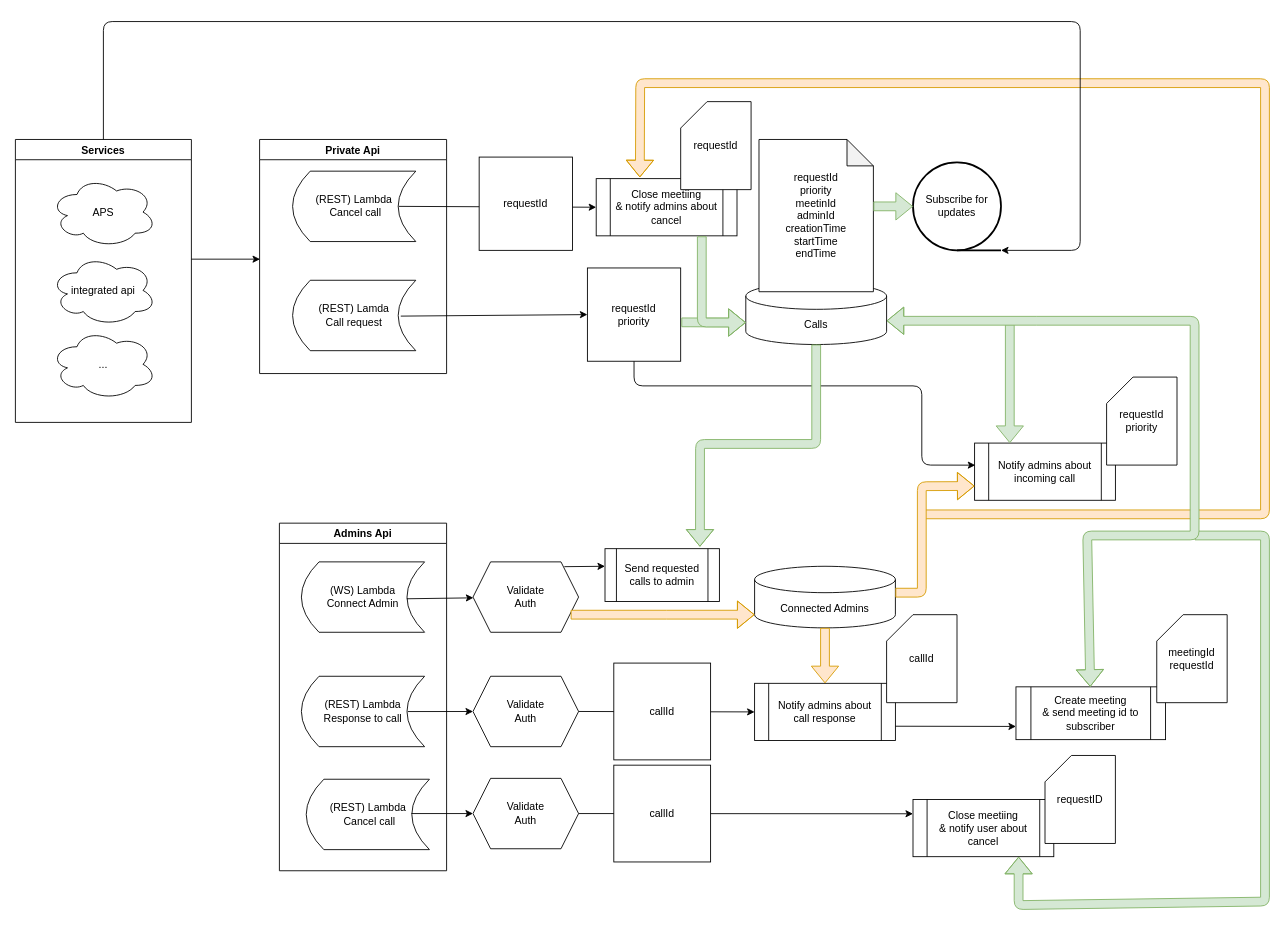
Earlier version of the draw.io diagram CallArchitecture.drawio (magistrser/drawio). Source tidied: cells renumbered, new cells numbered last; positions are measured from the earlier drawing's top-left corner, leaving out a move shared by most shapes. Both pictures are drawn from the tidied source at 88%, with x=0, y=0 at pixel (15, 21).
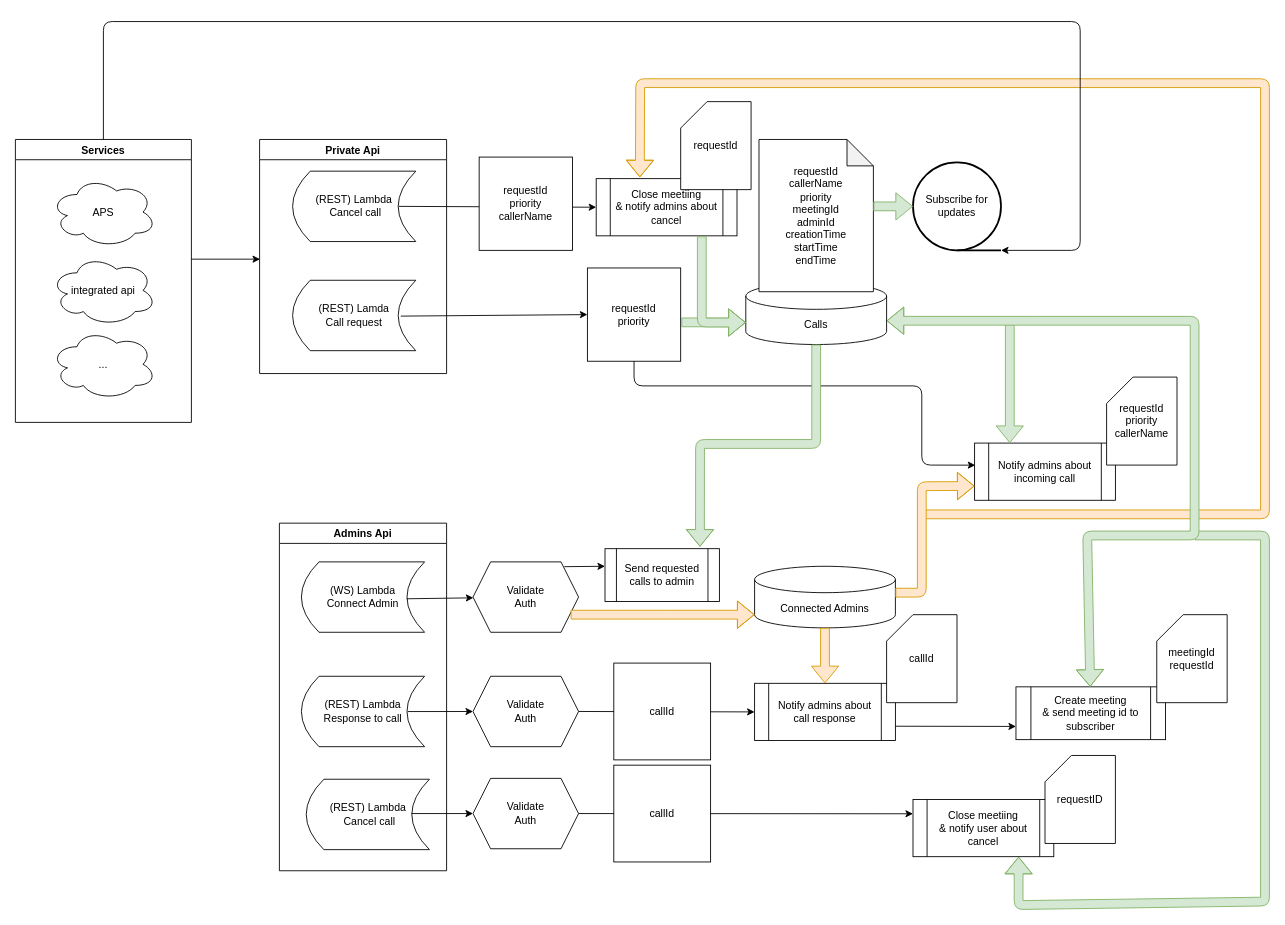
After the change.

Diff of the diagram source:
```diff
@@
-    <mxCell id="22" value="requestId&lt;br&gt;priority" style="shape=card;whiteSpace=wrap;html=1;fillColor=#ffffff;" parent="1" vertex="1">
+    <mxCell id="22" value="requestId&lt;br&gt;priority&lt;br&gt;callerName" style="shape=card;whiteSpace=wrap;html=1;fillColor=#ffffff;" parent="1" vertex="1">
       <mxGeometry x="1240" y="404" width="80" height="100" as="geometry" />
     </mxCell>
@@
-    <mxCell id="28" value="requestId&lt;br&gt;priority&lt;br&gt;meetinId&lt;br&gt;adminId&lt;br&gt;creationTime&lt;br&gt;startTime&lt;br&gt;endTime" style="shape=note;whiteSpace=wrap;html=1;backgroundOutline=1;darkOpacity=0.05;fillColor=#ffffff;" parent="1" vertex="1">
+    <mxCell id="28" value="requestId&lt;br&gt;callerName&lt;br&gt;priority&lt;br&gt;meetingId&lt;br&gt;adminId&lt;br&gt;creationTime&lt;br&gt;startTime&lt;br&gt;endTime" style="shape=note;whiteSpace=wrap;html=1;backgroundOutline=1;darkOpacity=0.05;fillColor=#ffffff;" parent="1" vertex="1">
       <mxGeometry x="845" y="134" width="130" height="173" as="geometry" />
     </mxCell>
@@
-    <mxCell id="41" value="requestId" style="whiteSpace=wrap;html=1;" parent="1" vertex="1">
+    <mxCell id="41" value="requestId&lt;br&gt;priority&lt;br&gt;callerName" style="whiteSpace=wrap;html=1;" parent="1" vertex="1">
       <mxGeometry x="527" y="154" width="106" height="106" as="geometry" />
     </mxCell>
```
